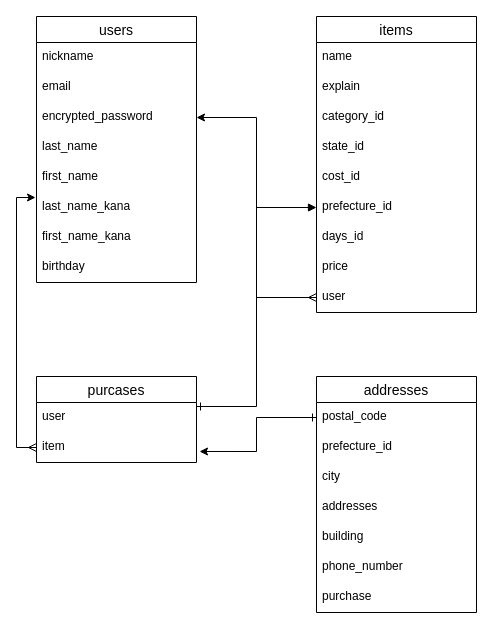
Above: er.dio in sumino-hill/furima-35034 (draw.io), before the change. Source tidied: cells renumbered, new cells numbered last; positions are measured from the earlier drawing's top-left corner, leaving out a move shared by most shapes. Both pictures are drawn from the tidied source at 100%, with x=0, y=0 at pixel (36, 16).
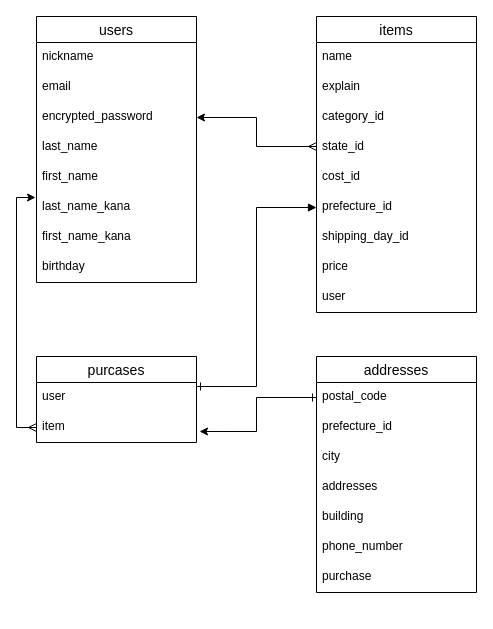
The same diagram, later.

Unchanged cells that the change refers to:
```xml
<mxCell id="5" value="encrypted_password" style="text;strokeColor=none;fillColor=none;spacingLeft=4;spacingRight=4;overflow=hidden;points=[[0,0.5],[1,0.5]];portConstraint=eastwest;fontSize=12;" parent="2" vertex="1">
  <mxGeometry y="86" width="160" height="30" as="geometry" />
</mxCell>
<mxCell id="11" value="items" style="swimlane;fontStyle=0;horizontal=1;startSize=26;align=center;fontSize=14;" parent="1" vertex="1">
  <mxGeometry x="280" width="160" height="296" as="geometry" />
</mxCell>
<mxCell id="20" value="user" style="text;strokeColor=none;fillColor=none;spacingLeft=4;spacingRight=4;overflow=hidden;points=[[0,0.5],[1,0.5]];portConstraint=eastwest;fontSize=12;" parent="11" vertex="1">
  <mxGeometry y="266" width="160" height="30" as="geometry" />
</mxCell>
```

What changed in the source:
```diff
@@
-    <mxCell id="18" value="days_id" style="text;strokeColor=none;fillColor=none;spacingLeft=4;spacingRight=4;overflow=hidden;fontSize=12;" parent="11" vertex="1">
+    <mxCell id="18" value="shipping_day_id" style="text;strokeColor=none;fillColor=none;spacingLeft=4;spacingRight=4;overflow=hidden;fontSize=12;" parent="11" vertex="1">
       <mxGeometry y="206" width="160" height="30" as="geometry" />
     </mxCell>
@@
     <mxCell id="21" value="addresses" style="swimlane;fontStyle=0;horizontal=1;startSize=26;align=center;fontSize=14;" parent="1" vertex="1">
-      <mxGeometry x="280" y="360" width="160" height="236" as="geometry" />
+      <mxGeometry x="280" y="340" width="160" height="236" as="geometry" />
     </mxCell>
@@
     <mxCell id="29" value="purcases" style="swimlane;fontStyle=0;horizontal=1;startSize=26;align=center;fontSize=14;" parent="1" vertex="1">
-      <mxGeometry y="360" width="160" height="86" as="geometry" />
+      <mxGeometry y="340" width="160" height="86" as="geometry" />
     </mxCell>
@@
-    <mxCell id="32" style="edgeStyle=orthogonalEdgeStyle;rounded=0;jettySize=auto;html=1;exitX=0;exitY=0.5;exitDx=0;exitDy=0;entryX=1;entryY=0.5;entryDx=0;entryDy=0;endArrow=classic;endFill=1;startArrow=ERmany;startFill=0;" parent="1" edge="1" source="20" target="5">
-      <mxGeometry relative="1" as="geometry" />
+    <mxCell id="32" style="edgeStyle=orthogonalEdgeStyle;rounded=0;jettySize=auto;html=1;entryX=1;entryY=0.5;entryDx=0;entryDy=0;endArrow=classic;endFill=1;startArrow=ERmany;startFill=0;" parent="1" edge="1" target="5">
+      <mxGeometry relative="1" as="geometry">
+        <mxPoint x="280" y="130" as="sourcePoint" />
+        <Array as="points">
+          <mxPoint x="280" y="130" />
+          <mxPoint x="220" y="130" />
+          <mxPoint x="220" y="101" />
+        </Array>
+      </mxGeometry>
     </mxCell>
```
